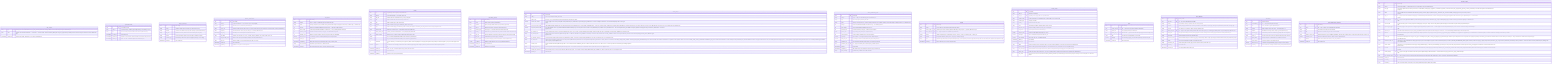
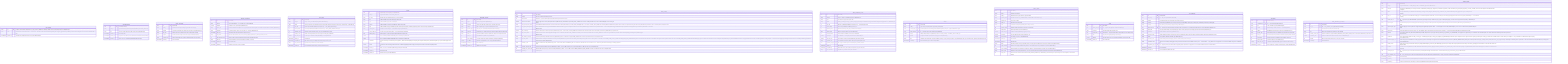
%% Generated by scripts/generate_er.py — do not edit by hand (make er)
erDiagram

    APP_CONFIG {
        string key PK "Config key in lower-snake attribute form (e.g. pdf_extractor). Matches the settings.<key> attribute name and the API path segment. ADR-0053 §2.1."
        string value "Override value as TEXT. NOT NULL — 'a row exists ⇔ override is active'. Reset to default by deleting the row (§3.3). Typed values (bool/float) are stored as their string form and coerced at read. ADR-0053 §2.1."
        timestamptz updated_at "Last write time (audit). Refreshed on every upsert. ADR-0053 §2.1."
    }

    CONVERSATIONS {
        uuid id PK "Conversation identity"
        string vault_id "Logical vault scope (matches pages/edges pattern), from VAULT_ID env var"
        string title "User-set or first-prompt-derived title, NULL until set (ADR-0019 §2.5)"
        timestamptz created_at "Row creation time"
        timestamptz updated_at "Bumped on each chat turn, drives last-active-conversation restore (AC-F6-1)"
        timestamptz deleted_at "NULL = live, set = soft-deleted (ADR-0005 / ADR-0019 §2.5)"
    }

    IMAGE_CAPTIONS {
        uuid id PK "Row identity"
        string vault_id "Vault this cached caption belongs to (per-vault cache scoping)"
        string sha256 "Lowercase hex sha256 of the image file's raw bytes (content-addressed key)"
        string file_path "Relative raw source path last seen for this content (audit, may drift)"
        string caption "Provider-generated caption used as the image's extracted text (R8-2)"
        string provider_type "Backend that produced the caption: local|api|cli (audit only, never routing)"
        timestamptz created_at "Row creation time"
    }

    IMPORT_SCHEDULES {
        uuid id PK "Row identity"
        string vault_id "Logical vault identifier — one schedule row per vault (UNIQUE)"
        boolean enabled "Scheduler is a no-op while false (ADR-0020 §4.1)"
        string source_dir "Container-visible absolute path to scan (e.g. /import). NULL until set by the user. Must be mounted into the container (ADR-0020 §7)."
        string frequency "Scan interval enum: '15m' | '1h' | '6h' | 'daily' (I7 — bounded, ADR-0020 §4.1)"
        timestamptz last_run_at "Timestamp of the last completed scan, NULL if never run"
        string last_status "Outcome of the last scan: 'ok' | 'error' | 'running' | 'skipped_disabled' | 'dir_missing' | NULL (never run)"
        int last_imported_count "Number of files copied (new/changed) during the last scan (ADR-0020 §4.3)"
        string last_error "Human-readable error from the last failed scan, NULL on success"
        timestamptz created_at "Row creation time"
        timestamptz updated_at "Updated on every PUT or scan completion"
    }

    LINT_RUNS {
        uuid id PK "Run identity"
        string vault_id "Scope — string, no vaults table (AQ-v0.5-6, ADR-0037 §3.1)"
        string status "running | completed | error. Defaults 'running', terminal write always in finally (never left 'running' on fall-through — ADR-0037 §4)."
        int max_iter "Iteration cap FROZEN at INSERT from POST body → LINT_MAX_ITER default (I7)"
        int token_budget "Token budget FROZEN at INSERT from POST body → LINT_TOKEN_BUDGET default (I7)"
        int iterations_used "Semantic rounds consumed (0..max_iter), 0 for deterministic-only scans"
        int findings_count "Number of findings emitted by this scan (capped at LINT_MAX_FINDINGS)"
        decimal total_cost_usd "I7 cost ledger, 0.0000 for local/cli (ADR-0009), $1 anomaly threshold"
        timestamptz started_at "Run start time"
        timestamptz completed_at "NULL while running, set in finally block (mirrors deep_research_runs)"
        string error_message "Populated only on status='error', NULL otherwise"
        timestamptz created_at "Row creation time (mirrors deep_research_runs/review_items)"
    }

    PAGES {
        uuid id PK "Page identity, also the Qdrant point id (ADR-0002)"
        string vault_id "Logical vault identifier — from VAULT_ID env var"
        string file_path "Relative path under vault/raw/sources/, join key to filesystem"
        string title "YAML frontmatter 'title', NULL if absent (K6, AC-K6-2/3)"
        string type "YAML frontmatter 'type', NULL if absent (K6)"
        jsonb sources "YAML frontmatter 'sources[]' as JSONB array, NULL if absent (K6)"
        jsonb tags "YAML frontmatter 'tags[]' as JSONB array, NULL if absent (K6 navigation, nashsu/llm_wiki parity). Mirrors 'sources' storage. Migration 0018."
        string content_hash "sha256 hex of raw file bytes — authoritative change signal (ADR-0001)"
        int source_mtime_ns "st_mtime_ns at last confirmed index — cheap fast-path gate (ADR-0001)"
        uuid qdrant_point_id "Qdrant point id == pages.id, explicit to allow deliberate divergence later"
        double x "FR x-coordinate (DOUBLE PRECISION), NULL until first layout (ADR-0013)"
        double y "FR y-coordinate (DOUBLE PRECISION), NULL until first layout (ADR-0013)"
        int community "Louvain community id, re-numbered by size (largest=0). NULL until first GraphEngine.recompute() after migration 0020 (G-P0-2). Persisted alongside x/y, exposed in GET /graph nodes (I2)."
        boolean pinned "True when the user manually positioned this node via PATCH /pages/(id)/position. Engine preserves pinned coords across FR recomputes (Feature A)."
        timestamptz deleted_at "NULL = live, set = soft-deleted (ADR-0005), Qdrant point hard-deleted"
        timestamptz created_at "Row creation time"
        timestamptz updated_at "Updated on every upsert (AC-WATCH-3)"
    }

    PROVIDER_CONFIG {
        uuid id PK "Row identity"
        string scope "global | vault | operation (ADR-0008 §2)"
        string operation "ingest | chat | lint, NULL unless scope='operation' (AQ-v0.2-5)"
        string vault_id "NULL at global scope, required at vault/operation scope"
        string provider_type "local | api | cli — selects the InferenceProvider backend (I6)"
        string model_id "Model name (e.g. claude-sonnet-4-6), value lives ONLY in DB rows (AC-F17-8)"
        string base_url "OpenAI-compatible endpoint for ApiProvider, NULL for Anthropic/local default"
        int max_iter "Orchestrated-loop iteration cap (I7, ADR-0009)"
        int token_budget "Loop token budget (I7), 60000 orchestrated / 100000 cli (ADR-0009)"
        boolean is_fallback "Marks the single fallback row for a scope (ADR-0009 §fallback)"
        timestamptz created_at "Row creation time"
        timestamptz updated_at "Updated on every change"
    }

    VAULT_STATE {
        uuid id PK "Row identity"
        string vault_id "One row per vault, from VAULT_ID env var"
        int data_version "Monotonic, +1 per successful upsert ingest (AC-F16dv-2/4), FA2 debounce signal"
        boolean remote_mcp_enabled "Runtime toggle for the remote (HTTP) MCP surface (ADR-0032 §2.1). Default OFF, requires MCP_AUTH_TOKEN to be set before enabling. Persisted here, read into RemoteMcpFlag cache in main.py at startup."
        string mcp_access_token_hash "Salted PBKDF2-HMAC-SHA256 hash of the UI-set MCP access token (ADR-0033 §2.1). Format: pbkdf2_sha256$<iters>$<salt_b64>$<hash_b64>. NULL = no UI token, env MCP_AUTH_TOKEN is the bootstrap fallback. NEVER stores plaintext. Token shown once at generation time (one-time reveal). DB-hash takes precedence over env bootstrap when set. Migration 0012."
        boolean mcp_allow_without_token "When ON: PRIVATE sources (loopback/CGNAT/RFC1918/link-local/ULA) may reach /mcp/server without a bearer token (ADR-0033 §2.3). PUBLIC sources (Cloudflare tunnel — CF-Connecting-IP/CF-Ray) are NEVER exempted regardless of this flag (fail-safe by construction). Default false — fail-closed. Migration 0012."
        boolean clip_enabled_db "Runtime enabled-gate for POST /clip ingress (ADR-0040 §3). NULL = not set in DB, env CLIP_ENABLED is the fallback. When NOT NULL, DB value is authoritative (overrides CLIP_ENABLED env). Migration 0015."
        string clip_access_token "Plaintext bearer token for POST /clip (ADR-0040 §3). NULL = no DB token, fall back to CLIP_TOKEN env bootstrap or none. When set, DB value wins over CLIP_TOKEN env. Shown once at generation time (one-time reveal in PUT /clip/config generated_token). NEVER logged. Migration 0015."
        string clip_allowed_origins_db "Comma-separated Origin allowlist for POST /clip (ADR-0040 §3). NULL = fall back to CLIP_ALLOWED_ORIGINS env var. When set, DB value wins over env. Migration 0015."
        string cli_oauth_token "Plaintext Claude subscription OAuth token for the CLI provider (ADR-0043 §2.1). Produced on the host by 'claude setup-token' (prefix: sk-ant- + oat01-). NULL = no UI token, env 'CLAUDE_CODE_OAUTH_TOKEN' / 'CLAUDE_CODE_USE_SUBSCRIPTION' govern. When NOT NULL the DB value is authoritative: it is injected into the spawned 'claude' CLI's env as CLAUDE_CODE_OAUTH_TOKEN AND 'ANTHROPIC_API_KEY' is scrubbed from that child env so the subscription wins (ADR-0043 §2.3). Stored PLAINTEXT because it is replayed outbound to the CLI, not verified against an incoming request — a hash cannot be replayed (§12 narrowly amended for this one credential). NEVER logged, NEVER returned by any endpoint. Migration 0017."
        string searxng_url_db "Runtime SearXNG base URL (ADR-0041 §3). NULL = not set in DB, fall back to SEARXNG_URL env var. When set, DB value wins over env. NOT a secret — returned by GET /web-search/config (no masking). Migration 0016."
        string searxng_categories_db "Comma-separated SearXNG categories (ADR-0041 §3). NULL = not set in DB, fall back to env / code defaults. When set, DB value wins over env. Migration 0016."
        int searxng_max_queries_db "Max SearXNG queries per deep-research iteration (ADR-0041 §3). NULL = not set in DB, fall back to DEEP_RESEARCH_MAX_QUERIES env. When set, DB value wins over env. Migration 0016."
        timestamptz updated_at "Last bump time"
    }

    DEEP_RESEARCH_RUNS {
        uuid id PK "Run identity"
        string vault_id "Scope — string, no vaults table (AQ-v0.5-6, ADR-0024 §7.1)"
        string topic "The research topic provided by the caller"
        string status "running | converged | max_iter_reached | budget_exhausted | error. Defaults 'running', terminal write always in finally (Do-NOT no.7, ADR-0024 §3.2)"
        int max_iter "Iteration cap FROZEN at INSERT from POST body → env default (AQ-v0.5-4)"
        int token_budget "Token budget FROZEN at INSERT (AQ-v0.5-4, I7)"
        int iterations_used "Rounds consumed (1..max_iter), 0 until first round completes"
        jsonb queries_used "Array of every query issued, per round (AC-F10-4c)"
        int sources_fetched "Count of fetched candidate sources across all iterations"
        boolean converged "True iff status == 'converged' (audit convenience, ADR-0024 §7.1)"
        decimal total_cost_usd "I7 cost ledger, 0.0000 for local/cli (ADR-0009), $1 anomaly threshold"
        string synthesis_text "The synthesized markdown, NULL until step 5 completes (AC-F10-4c)"
        uuid synthesis_page_id FK "FK → pages.id created by the re-entrant ingest_file, NULL until done"
        timestamptz started_at "Run start time"
        timestamptz completed_at "NULL while running, set in finally block (mirrors ingest_runs alias rule)"
        string error_message "Populated only on status='error', NULL otherwise"
    }

    EDGES {
        uuid id PK "Row identity"
        string vault_id "Scope edges per vault (matches pages/vault_state pattern)"
        uuid source_page_id FK "Unordered pair stored canonically (smaller UUID first by string sort). FK → pages.id (ADR-0012 / AQ-5)"
        uuid target_page_id FK "FK → pages.id, target of the undirected pair (ADR-0012)"
        double weight "Additive 4-signal weight > 0 (ADR-0012): 3·direct + 4·source_overlap + 1.5·adamic_adar + 1·same_type"
        jsonb signals "Per-signal breakdown ('direct','source','aa','type') for audit (AC-F4-1(e))"
        string kind "Structural edge discriminator: 'link' (direct wikilink present) | 'source' (shared provenance only). ADR-0016 §4. NULL for rows written before migration 0004 (treated as link)."
        timestamptz created_at "Row creation time (set on each recompute batch)"
    }

    INGEST_RUNS {
        uuid id PK "Row identity"
        string vault_id "Vault this run belongs to"
        uuid page_id FK "Originating source page, NULL on a pre-write failure"
        string provider_name "Provider class name (e.g. OllamaProvider) — AUDIT ONLY, never routed on (I6)"
        string provider_type "local | api | cli (audit)"
        string model_id "Resolved model used (audit)"
        string route "orchestrated | delegated (capability-aware routing outcome)"
        int max_iter_used "Iterations actually consumed (1..max_iter), 0 for delegated"
        int total_tokens "input+output tokens across all iterations (I7)"
        decimal total_cost_usd "0.0000 for local/cli (ADR-0009), logged per run (I7)"
        boolean converged "True if a valid batch was produced within max_iter"
        boolean cost_anomaly "True if total_cost_usd > 1.00 (ADR-0009 §3)"
        timestamptz started_at "Run start time"
        timestamptz finished_at "Run finish time"
        string status "Run lifecycle state: running | completed | failed | converged_false. Backfilled from converged for historical rows (ADR-0018 §7)."
        int pages_created "Number of wiki pages persisted during this run. 0 for historical rows, set by orchestrator on new runs (ADR-0018 §7)."
        string error_message "Human-readable error description for failed runs, NULL for completed/running/converged_false rows (ADR-0018 §7)."
        string source_path "Relative raw source path (raw/sources/…) the run is ingesting. NULL for historical rows written before migration 0021 (ADR-0046 §1)."
        int retry_count "Times this source has been retried. Enforces MAX_INGEST_RETRIES=3 (I7, ADR-0046 §5). Incremented by the queue manager on each re-dispatch, 0 for the initial attempt."
    }

    LINKS {
        uuid id PK "Row identity"
        uuid source_page_id FK "FK → pages.id, the page that contains the wikilink (K5)"
        string target_title "The [[Target]] title string as written (K5)"
        uuid target_page_id FK "Resolved FK → pages.id, NULL while the target page does not exist (K5, v0.3)"
        string alias "The |alias part of [[Target|alias]], if present (K5)"
        boolean dangling "True when target_page_id is unresolved (AC-K5-5), warn-not-error path"
        timestamptz created_at "Row creation time"
    }

    LINT_FINDINGS {
        uuid id PK "Finding identity"
        uuid lint_run_id FK "FK → lint_runs.id (ON DELETE CASCADE)"
        string vault_id "Denormalised vault scope (matches the run's vault, AQ-v0.5-6)"
        string category "Finding category (ADR-0037 §3.1 enum-by-convention, no DB CHECK): orphan-page | missing-xref | contradiction | stale-claim | missing-page."
        string severity "info | warning | error (advisory, display ordering). ADR-0037 §3.1."
        uuid target_page_id FK "FK → pages.id, the page the finding is about. NULL when none applies (e.g. a missing-page finding about a not-yet-existing title). ADR-0037 §3.1."
        string target_title "The page title the finding concerns (missing-page: title to create, missing-xref: the existing page that should be linked). ADR-0037 §3.1."
        string description "Human-readable 'what is wrong' (ADR-0037 §3.1)."
        string proposed_action "Human-readable description of the fix apply_lint_fix would attempt. NULL for flag-only findings (contradiction/stale-claim/orphan). ADR-0037 §3.1/§5."
        string status "open | applied | dismissed. Defaults 'open' (ADR-0037 §3.1)."
        string resolution_note "How the finding was resolved (apply outcome / dismiss reason). NULL while open."
+         string suggested_target "Title of the best matching existing page found by the tolerant resolver at broken-wikilink scan time (exact → case-insensitive → slug). NULL when no suggestion or for non-broken-wikilink categories. L2 / ADR-0037 B1."
+         uuid suggested_page_id FK "FK → pages.id, the live page whose title is 'suggested_target'. NULL when no suggestion or for non-broken-wikilink categories. L2 / ADR-0037 B1."
        timestamptz created_at "Row creation time"
        timestamptz reviewed_at "Set on apply/dismiss, NULL while open."
    }

    MESSAGES {
        uuid id PK "Message identity"
        uuid conversation_id FK "FK → conversations.id (ADR-0019 §2.5)"
        string role "'user' | 'assistant' | 'system' (ADR-0019 §2.5)"
        string content "RAW message content, incl. literal <think>…</think> un-mutated (AC-F7-2)"
        jsonb citations "RESERVED for M5 [n] citations, always [] in M4 (ADR-0019 §2.3)"
        string provider_type "Backend that produced an assistant msg (audit), NULL for user/system"
        string model_id "Resolved model that produced an assistant msg (audit), NULL otherwise"
        int input_tokens "Prompt tokens for an assistant turn (I7 persistent cost record)"
        int output_tokens "Completion tokens for an assistant turn (I7)"
        decimal total_cost_usd "0.0000 for local/cli (ADR-0009), logged + returned in done event (I7)"
        timestamptz created_at "Row creation time, messages ordered created_at ASC (ADR-0019 §2.5)"
    }

    DEEP_RESEARCH_SOURCES {
        uuid id PK "Row identity"
        uuid run_id FK "FK → deep_research_runs.id (ON DELETE CASCADE)"
        string url "The fetched source URL (from SearXNG hit)"
        string title "Hit title from SearXNG, may be URL if no title available"
        string fetched_content_md "Extracted markdown (capped at DEEP_RESEARCH_FETCH_MAX_CHARS), NULL on fetch failure (ADR-0024 §4 / Do-NOT no.9)"
        decimal relevance_score "Optional model/heuristic relevance, NULL in Phase 2 (ADR-0024 §11)"
        int iteration "Which round produced this source (1..max_iter), audit trail"
        timestamptz created_at "Row creation time"
    }

    REVIEW_ITEMS {
        uuid id PK "Row identity"
        string vault_id "Logical vault identifier — existing String (no FK, no vaults table). AQ-v0.5-6, ADR-0034 §3.1"
        string item_type "Proposal type (ADR-0034 §3.1 enum-by-convention, no DB CHECK): missing-page | suggestion | contradiction | duplicate | confirm. Old values (new_page/update_page/deep_research_candidate) are obsolete after migration 0013 left-shifts them to skipped."
        string status "Lifecycle (ADR-0034 §3.1, ADR-0044 adds dismissed): pending | created | skipped | dismissed | deep_researched | auto_resolved. Defaults 'pending'. (approved is gone, Create produces created.)"
        uuid page_id FK "FK → pages.id, the review TARGET: existing page a contradiction/duplicate conflicts with, or source-context page for missing-page/suggestion. NULL when none applies. (ADR-0034 §3.1 — re-documented column)"
        uuid source_page_id FK "FK → pages.id, the page WHOSE INGEST produced this proposal (provenance). Distinct from page_id (the conflicting/target page). Lets the UI show 'proposed while ingesting X'. ADR-0034 §3.1 ADD."
        string proposed_title "The title the LLM proposes to create (required for missing-page, advisory for others). Drives the lazy skeleton (ADR-0034 §5.2) and rule-based sweep title match (§6.2). ADR-0034 §3.1 ADD."
        string proposed_page_type "Inferred PageType for the lazy skeleton: entity|concept|source|synthesis|comparison. NULL → heuristic applied at Create time (ADR-0034 §5.2). source is never a valid Create target. ADR-0034 §3.1 ADD."
        string proposed_dir "Target wiki/ subdir derived from proposed_page_type (DISPLAY ONLY). Recomputed from the final type at Create time — never trusted blindly (ADR-0034 §5.2). ADR-0034 §3.1 ADD."
        string rationale "Short human-readable 'why this matters' (ADR-0034 §3.1 ADD). Replaces the old per-page follow-up questions (pre_generated_query is DROPPED). For suggestion: the gap/follow-up, for contradiction: the conflict description, for confirm: what needs confirming. Used as the topic hint for Deep Research."
        string content_key "16-hex FNV-1a stable digest over vault_id + item_type + normalize(proposed_title) + (target_page_title|page_id) (ADR-0044 §3.2). Makes the queue idempotent across re-ingest: the same logical proposal keeps its content_key and therefore its status. NULL for 'confirm' items (never deduped — every confirmation is a distinct human ask) and legacy rows. Migration 0019."
        jsonb referenced_page_ids "JSON array of page-id STRINGS: the existing pages this proposal is contextually about (plural context set, ADR-0044 §2/§3.1). Bounded (≤ REVIEW_REFERENCED_PAGES_MAX, default 8). Distinct from page_id (single primary conflict) and source_page_id (provenance). Deliberately a JSON array, NOT a junction/FK — stale ids are filtered at render (ADR-0044 §9.2). NULL/[] when none. Migration 0019."
        jsonb search_queries "JSON array of ≤3 pre-generated web-search-query strings (ADR-0044 §2.3), produced by the SAME single proposal call (no extra provider call). Deep Research seeds its topic from search_queries[0], the UI shows them on the card. NULL when none. Migration 0019."
        string resolution "How the item closed (ADR-0034 §3.1 ADD, ADR-0044 adds dismissed): created | skipped | dismissed | researched | rule_resolved | llm_resolved. NULL while pending. Complements status (status records *what* happened, resolution records *how* it was resolved)."
        uuid created_page_id FK "FK → pages.id, the page a successful Create action produced (ADR-0034 §5). NULL while status != 'created'. Distinct from page_id and source_page_id. ADR-0034 §3.1 ADD."
        uuid deep_research_run_id FK "FK → deep_research_runs.id, set when the Deep-Research action fires (AC-F10-5). NULL while status != 'deep_researched'. Unchanged from ADR-0025."
        timestamptz created_at "Row creation time"
        timestamptz reviewed_at "Set on any terminal action (Create/Skip/Deep-Research/auto-resolve), NULL while pending."
        string reviewed_by "'web-ui' for human actions, 'auto-sweep' for the sweep (ADR-0034 §6.2/§6.3). NULL while pending."
    }
